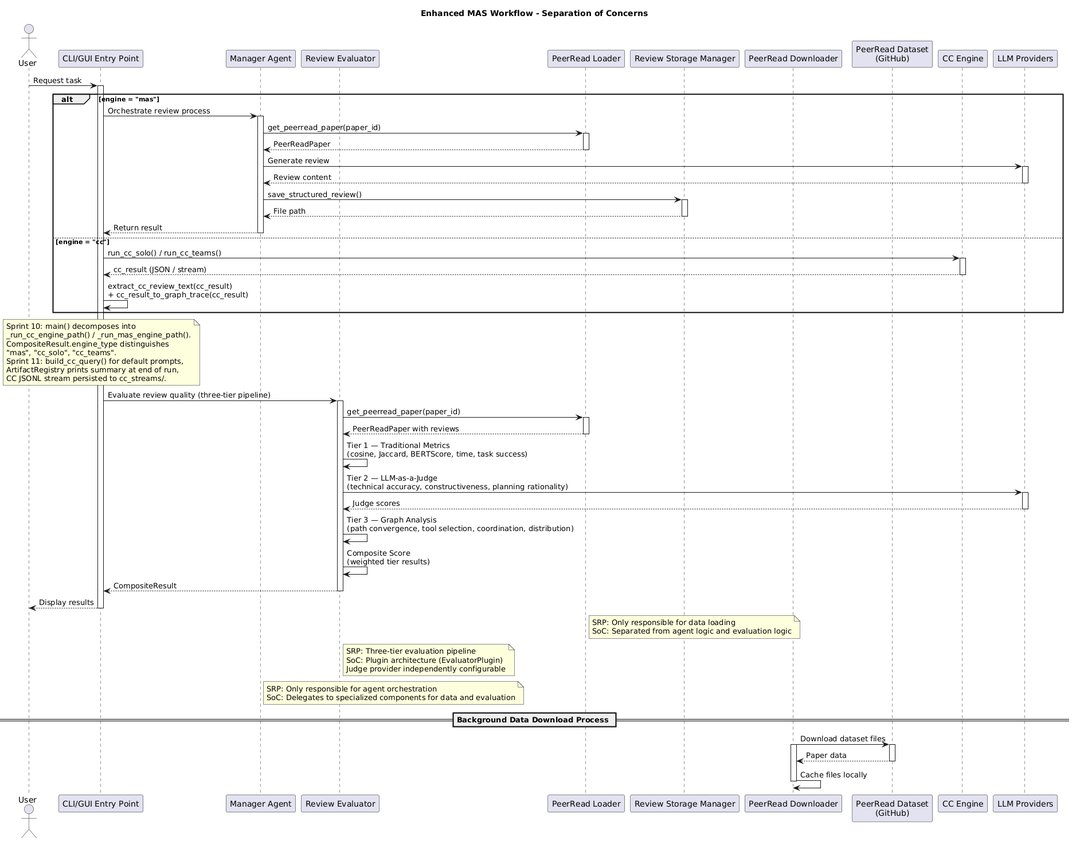
Earlier version of the PlantUML export assets/images/mas-enhanced-workflow-light.png (qte77/Agents-eval).
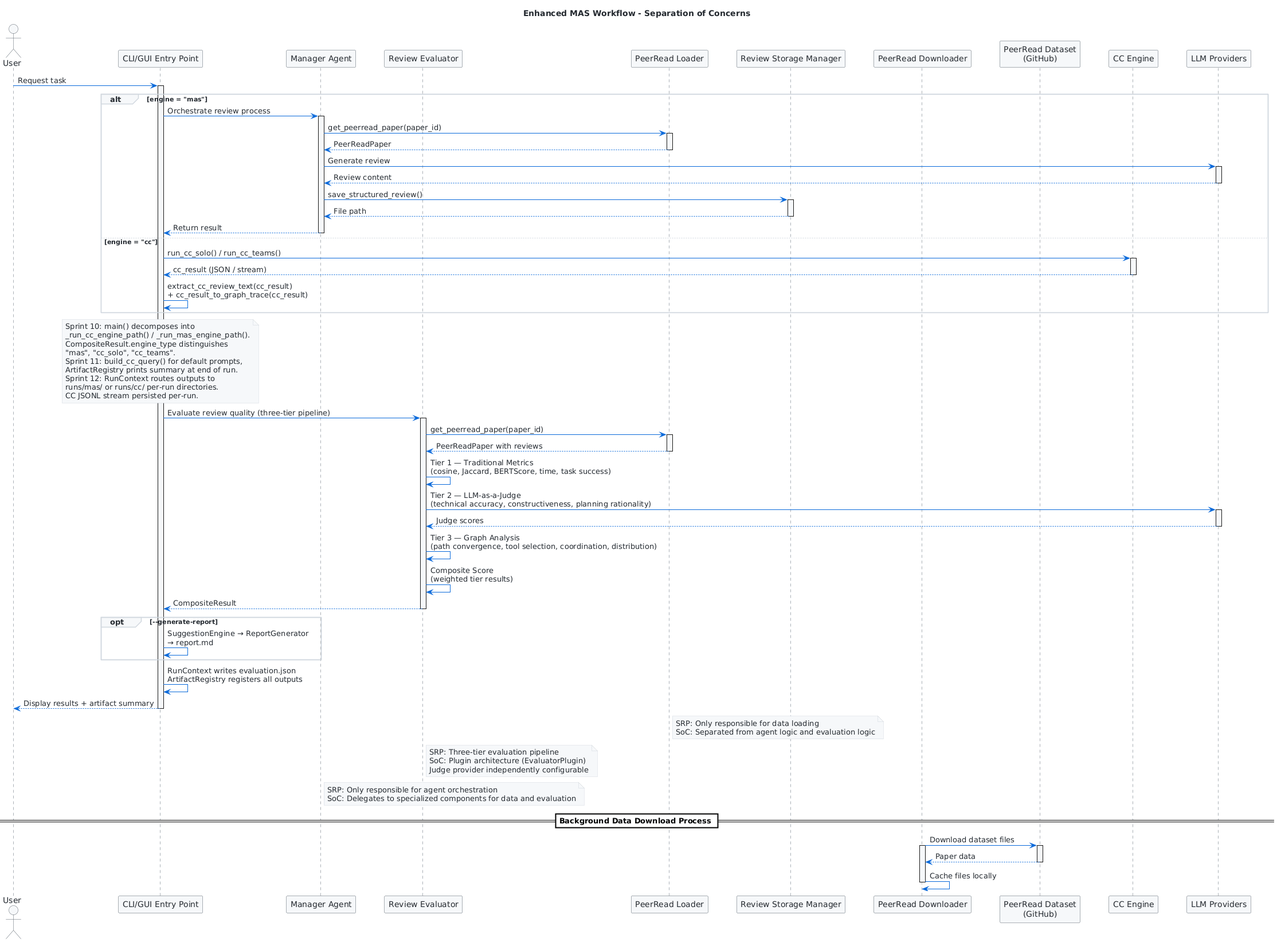
The same file after the commit.

Change to the diagram source:
```diff
@@ -1,5 +1,9 @@
 @startuml mas-enhanced-workflow
 title Enhanced MAS Workflow - Separation of Concerns
+
+!log Current 'STYLE' dvar: STYLE
+!log About to include: styles/github-STYLE.puml
+!include styles/github-STYLE.puml
 
 actor User
 participant "CLI/GUI Entry Point" as MainApp
@@ -54,8 +58,10 @@
   CompositeResult.engine_type distinguishes
   "mas", "cc_solo", "cc_teams".
   Sprint 11: build_cc_query() for default prompts,
-  ArtifactRegistry prints summary at end of run,
-  CC JSONL stream persisted to cc_streams/.
+  ArtifactRegistry prints summary at end of run.
+  Sprint 12: RunContext routes outputs to
+  runs/mas/ or runs/cc/ per-run directories.
+  CC JSONL stream persisted per-run.
 end note
 
 MainApp -> Evaluator: Evaluate review quality (three-tier pipeline)
@@ -77,7 +83,13 @@
 Evaluator --> MainApp: CompositeResult
 deactivate Evaluator
 
-MainApp --> User: Display results
+opt --generate-report
+    MainApp -> MainApp: SuggestionEngine → ReportGenerator\n→ report.md
+end
+
+MainApp -> MainApp: RunContext writes evaluation.json\nArtifactRegistry registers all outputs
+
+MainApp --> User: Display results + artifact summary
 deactivate MainApp
 
 note right of Loader
```
